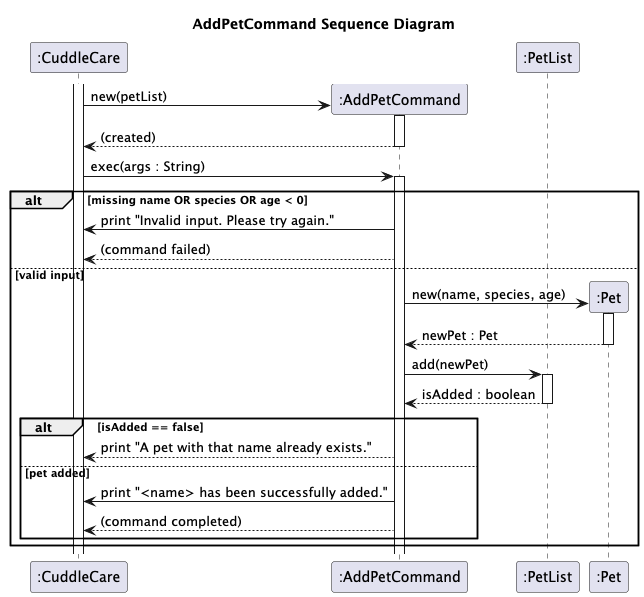
The PlantUML diagram docs/diagrams/AddPetCommand_Sequence_Diagram.png in Kevin88866/tp, before a commit.
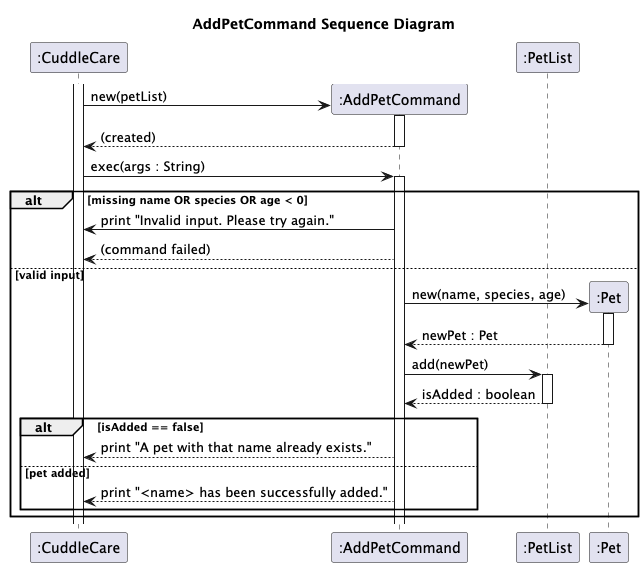
The same diagram one commit later.

Commit message:
Fix command completed message in add-pet diagram

What changed in the source:
```diff
@@ -32,8 +32,7 @@
         AddPetCommand --> CuddleCare : print "A pet with that name already exists."
 
     else pet added
-        AddPetCommand -> CuddleCare : print "<name> has been successfully added."
-        AddPetCommand --> CuddleCare : (command completed)
+        AddPetCommand --> CuddleCare : print "<name> has been successfully added."
     end
 end
 
```
